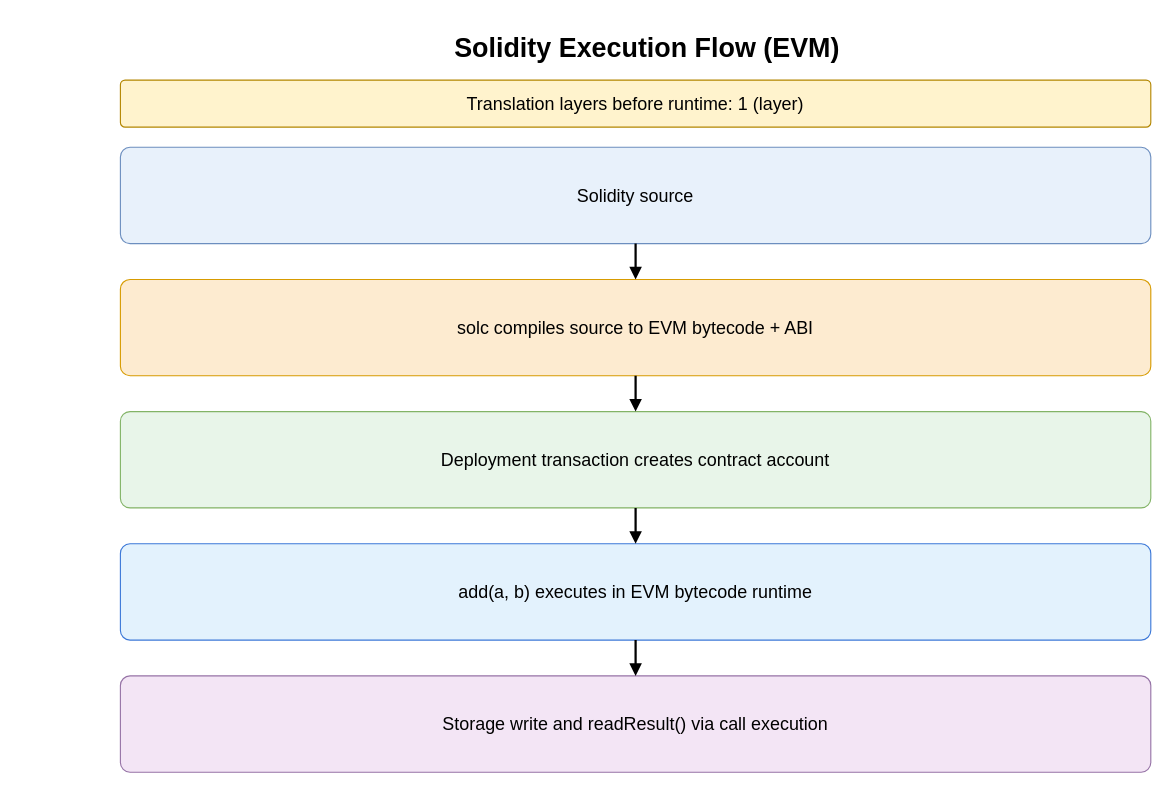
The draw.io diagram assets/contracting_flows/solidity_flow.drawio in Endogen/xian-tech-website, before the edit. Source tidied: cells renumbered, new cells numbered last; positions are measured from the earlier drawing's top-left corner, leaving out a move shared by most shapes. Both pictures are drawn from the tidied source at 112%, with x=0, y=0 at pixel (120, 28).
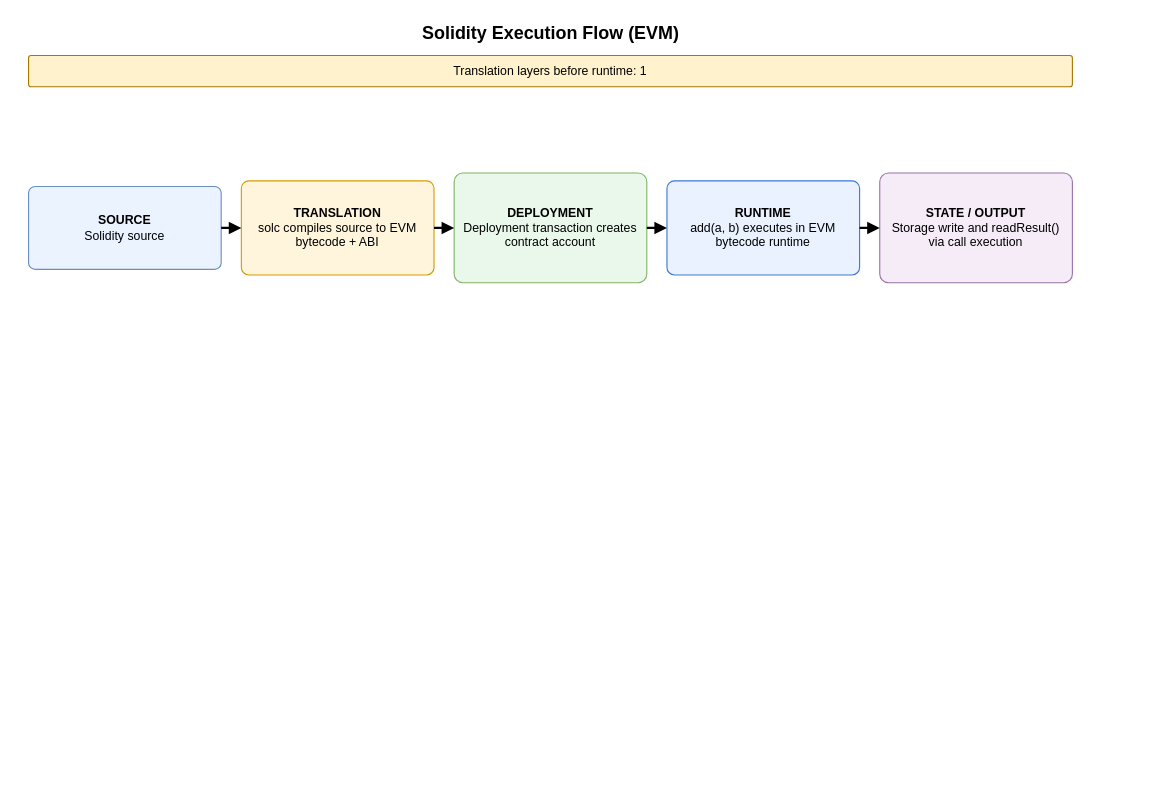
The same page after the edit.

What changed in the source:
```diff
@@
 <mxGraphModel>
   <root>
     <mxCell id="0" />
     <mxCell id="1" parent="0" />
-    <mxCell id="2" value="Solidity Execution Flow (EVM)" style="text;html=1;strokeColor=none;fillColor=none;align=center;verticalAlign=middle;fontSize=24;fontStyle=1;" parent="1" vertex="1">
-      <mxGeometry x="40" width="860" height="36" as="geometry" />
+    <mxCell id="2" value="Solidity Execution Flow (EVM)" style="text;html=1;strokeColor=none;fillColor=none;align=center;verticalAlign=middle;fontSize=16;fontStyle=1;" parent="1" vertex="1">
+      <mxGeometry x="-90" y="-8" width="948" height="24" as="geometry" />
     </mxCell>
-    <mxCell id="3" value="Translation layers before runtime: 1 (layer)" style="rounded=1;whiteSpace=wrap;html=1;arcSize=10;fillColor=#FFF3CD;strokeColor=#B38600;fontSize=16;" parent="1" vertex="1">
-      <mxGeometry y="46" width="920" height="42" as="geometry" />
+    <mxCell id="3" value="Translation layers before runtime: 1" style="rounded=1;whiteSpace=wrap;html=1;arcSize=8;fillColor=#FFF2CC;strokeColor=#A97700;fontSize=11;align=center;verticalAlign=middle;" parent="1" vertex="1">
+      <mxGeometry x="-82" y="24" width="932" height="28" as="geometry" />
     </mxCell>
-    <mxCell id="4" value="Solidity source" style="rounded=1;whiteSpace=wrap;html=1;arcSize=10;fillColor=#E8F1FB;strokeColor=#6C8EBF;fontSize=16;fontStyle=0;" parent="1" vertex="1">
-      <mxGeometry y="106" width="920" height="86" as="geometry" />
-    </mxCell>
-    <mxCell id="5" value="solc compiles source to EVM bytecode + ABI" style="rounded=1;whiteSpace=wrap;html=1;arcSize=10;fillColor=#FDEBD0;strokeColor=#D79B00;fontSize=16;fontStyle=0;" parent="1" vertex="1">
-      <mxGeometry y="224" width="920" height="86" as="geometry" />
-    </mxCell>
-    <mxCell id="6" value="Deployment transaction creates contract account" style="rounded=1;whiteSpace=wrap;html=1;arcSize=10;fillColor=#E8F5E9;strokeColor=#82B366;fontSize=16;fontStyle=0;" parent="1" vertex="1">
-      <mxGeometry y="342" width="920" height="86" as="geometry" />
-    </mxCell>
-    <mxCell id="7" value="add(a, b) executes in EVM bytecode runtime" style="rounded=1;whiteSpace=wrap;html=1;arcSize=10;fillColor=#E3F2FD;strokeColor=#3C78D8;fontSize=16;fontStyle=0;" parent="1" vertex="1">
-      <mxGeometry y="460" width="920" height="86" as="geometry" />
-    </mxCell>
-    <mxCell id="8" value="Storage write and readResult() via call execution" style="rounded=1;whiteSpace=wrap;html=1;arcSize=10;fillColor=#F3E5F5;strokeColor=#9673A6;fontSize=16;fontStyle=0;" parent="1" vertex="1">
-      <mxGeometry y="578" width="920" height="86" as="geometry" />
-    </mxCell>
+    <mxCell id="13" value="&lt;b&gt;SOURCE&lt;/b&gt;&lt;br&gt;Solidity source" style="rounded=1;whiteSpace=wrap;html=1;arcSize=8;fillColor=#EAF3FF;strokeColor=#6C8EBF;fontSize=11;align=center;verticalAlign=middle;spacing=6;" parent="1" vertex="1">
+      <mxGeometry x="-82" y="141" width="172" height="74" as="geometry" />
+    </mxCell>
+    <mxCell id="14" value="&lt;b&gt;TRANSLATION&lt;/b&gt;&lt;br&gt;solc compiles source to EVM bytecode + ABI" style="rounded=1;whiteSpace=wrap;html=1;arcSize=8;fillColor=#FFF4DC;strokeColor=#D79B00;fontSize=11;align=center;verticalAlign=middle;spacing=6;" parent="1" vertex="1">
+      <mxGeometry x="108" y="136" width="172" height="84" as="geometry" />
+    </mxCell>
+    <mxCell id="15" value="&lt;b&gt;DEPLOYMENT&lt;/b&gt;&lt;br&gt;Deployment transaction creates contract account" style="rounded=1;whiteSpace=wrap;html=1;arcSize=8;fillColor=#EAF8EC;strokeColor=#82B366;fontSize=11;align=center;verticalAlign=middle;spacing=6;" parent="1" vertex="1">
+      <mxGeometry x="298" y="129" width="172" height="98" as="geometry" />
+    </mxCell>
+    <mxCell id="16" value="&lt;b&gt;RUNTIME&lt;/b&gt;&lt;br&gt;add(a, b) executes in EVM bytecode runtime" style="rounded=1;whiteSpace=wrap;html=1;arcSize=8;fillColor=#EAF1FF;strokeColor=#3C78D8;fontSize=11;align=center;verticalAlign=middle;spacing=6;" parent="1" vertex="1">
+      <mxGeometry x="488" y="136" width="172" height="84" as="geometry" />
+    </mxCell>
+    <mxCell id="17" value="&lt;b&gt;STATE / OUTPUT&lt;/b&gt;&lt;br&gt;Storage write and readResult() via call execution" style="rounded=1;whiteSpace=wrap;html=1;arcSize=8;fillColor=#F5ECF8;strokeColor=#9673A6;fontSize=11;align=center;verticalAlign=middle;spacing=6;" parent="1" vertex="1">
+      <mxGeometry x="678" y="129" width="172" height="98" as="geometry" />
+    </mxCell>
-    <mxCell id="9" style="endArrow=block;endFill=1;html=1;rounded=0;strokeWidth=2;edgeStyle=orthogonalEdgeStyle;jettySize=auto;" parent="1" edge="1" source="4" target="5">
+    <mxCell id="9" style="endArrow=block;endFill=1;html=1;rounded=1;strokeWidth=2;edgeStyle=orthogonalEdgeStyle;" parent="1" edge="1" source="13" target="14">
       <mxGeometry relative="1" as="geometry" />
     </mxCell>
-    <mxCell id="10" style="endArrow=block;endFill=1;html=1;rounded=0;strokeWidth=2;edgeStyle=orthogonalEdgeStyle;jettySize=auto;" parent="1" edge="1" source="5" target="6">
+    <mxCell id="10" style="endArrow=block;endFill=1;html=1;rounded=1;strokeWidth=2;edgeStyle=orthogonalEdgeStyle;" parent="1" edge="1" source="14" target="15">
       <mxGeometry relative="1" as="geometry" />
     </mxCell>
-    <mxCell id="11" style="endArrow=block;endFill=1;html=1;rounded=0;strokeWidth=2;edgeStyle=orthogonalEdgeStyle;jettySize=auto;" parent="1" edge="1" source="6" target="7">
+    <mxCell id="11" style="endArrow=block;endFill=1;html=1;rounded=1;strokeWidth=2;edgeStyle=orthogonalEdgeStyle;" parent="1" edge="1" source="15" target="16">
       <mxGeometry relative="1" as="geometry" />
     </mxCell>
-    <mxCell id="12" style="endArrow=block;endFill=1;html=1;rounded=0;strokeWidth=2;edgeStyle=orthogonalEdgeStyle;jettySize=auto;" parent="1" edge="1" source="7" target="8">
+    <mxCell id="12" style="endArrow=block;endFill=1;html=1;rounded=1;strokeWidth=2;edgeStyle=orthogonalEdgeStyle;" parent="1" edge="1" source="16" target="17">
       <mxGeometry relative="1" as="geometry" />
     </mxCell>
   </root>
 </mxGraphModel>
```
